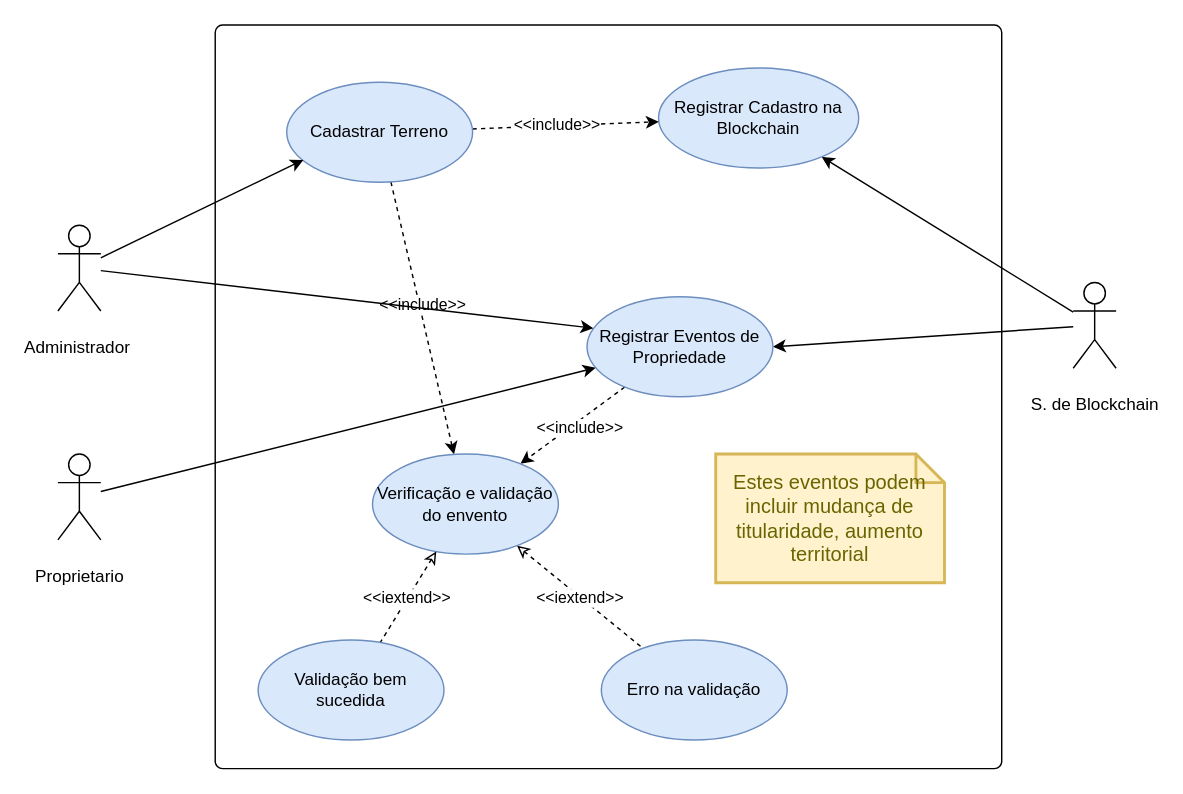
PatentTerrenos/diagrams keeps this draw.io diagram as page "use-case-GestaodeTerrenos" (1 of 3) of use-case-diagram.drawio. Above is the earlier version. Source tidied: cells renumbered, new cells numbered last; positions are measured from the earlier drawing's top-left corner, leaving out a move shared by most shapes. Both pictures are drawn from the tidied source at 143%, with x=0, y=0 at pixel (57, 24).
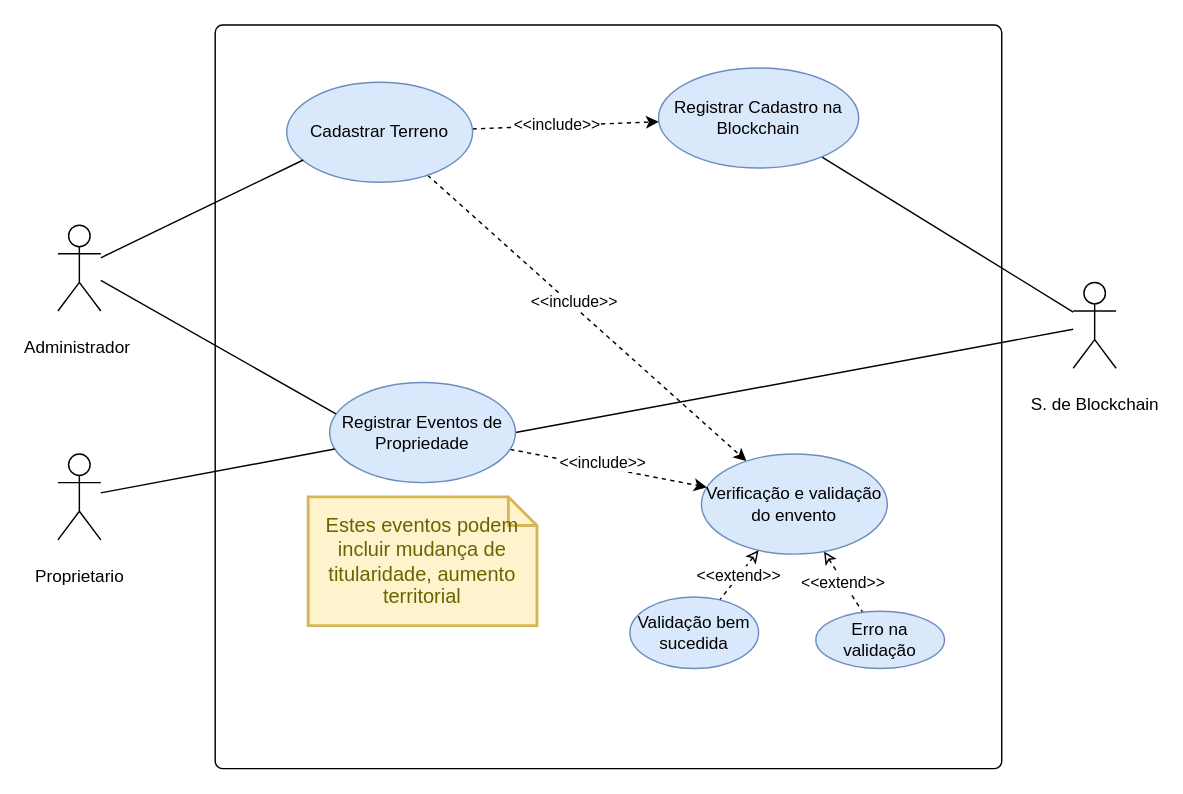
The same diagram, later.

The change refers to these unchanged cells:
```xml
<mxCell id="3" value="&lt;p data-pm-slice=&quot;1 1 [&amp;quot;bulletList&amp;quot;,{&amp;quot;tight&amp;quot;:true,&amp;quot;dir&amp;quot;:&amp;quot;ltr&amp;quot;},&amp;quot;listItem&amp;quot;,{},&amp;quot;bulletList&amp;quot;,{&amp;quot;tight&amp;quot;:true,&amp;quot;dir&amp;quot;:&amp;quot;ltr&amp;quot;},&amp;quot;listItem&amp;quot;,{}]&quot; dir=&quot;ltr&quot;&gt;Administrador&amp;nbsp;&lt;/p&gt;" style="shape=umlActor;verticalLabelPosition=bottom;verticalAlign=top;html=1;outlineConnect=0;" parent="1" vertex="1">
  <mxGeometry y="140" width="30" height="60" as="geometry" />
</mxCell>
<mxCell id="6" value="&lt;p data-pm-slice=&quot;1 1 [&amp;quot;bulletList&amp;quot;,{&amp;quot;tight&amp;quot;:true,&amp;quot;dir&amp;quot;:&amp;quot;ltr&amp;quot;},&amp;quot;listItem&amp;quot;,{},&amp;quot;bulletList&amp;quot;,{&amp;quot;tight&amp;quot;:true,&amp;quot;dir&amp;quot;:&amp;quot;ltr&amp;quot;},&amp;quot;listItem&amp;quot;,{}]&quot; dir=&quot;ltr&quot;&gt;S. de Blockchain&lt;/p&gt;" style="shape=umlActor;verticalLabelPosition=bottom;verticalAlign=top;html=1;outlineConnect=0;" parent="1" vertex="1">
  <mxGeometry x="710" y="180" width="30" height="60" as="geometry" />
</mxCell>
<mxCell id="7" value="&lt;p dir=&quot;ltr&quot;&gt;Registrar Cadastro na Blockchain&lt;/p&gt;" style="ellipse;whiteSpace=wrap;html=1;fillColor=#dae8fc;strokeColor=#6c8ebf;" parent="1" vertex="1">
  <mxGeometry x="420" y="30" width="140" height="70" as="geometry" />
</mxCell>
<mxCell id="12" value="&lt;p dir=&quot;ltr&quot;&gt;Cadastrar Terreno&lt;/p&gt;" style="ellipse;whiteSpace=wrap;html=1;fillColor=#dae8fc;strokeColor=#6c8ebf;" parent="1" vertex="1">
  <mxGeometry x="160" y="40" width="130" height="70" as="geometry" />
</mxCell>
<mxCell id="18" value="&lt;p data-pm-slice=&quot;1 1 [&amp;quot;bulletList&amp;quot;,{&amp;quot;tight&amp;quot;:true,&amp;quot;dir&amp;quot;:&amp;quot;ltr&amp;quot;},&amp;quot;listItem&amp;quot;,{},&amp;quot;bulletList&amp;quot;,{&amp;quot;tight&amp;quot;:true,&amp;quot;dir&amp;quot;:&amp;quot;ltr&amp;quot;},&amp;quot;listItem&amp;quot;,{}]&quot; dir=&quot;ltr&quot;&gt;Proprietario&lt;/p&gt;" style="shape=umlActor;verticalLabelPosition=bottom;verticalAlign=top;html=1;outlineConnect=0;" parent="1" vertex="1">
  <mxGeometry y="300" width="30" height="60" as="geometry" />
</mxCell>
<mxCell id="20" style="rounded=0;jettySize=auto;html=1;startArrow=classic;startFill=0;endArrow=none;dashed=1;" parent="1" edge="1" source="22" target="24">
  <mxGeometry relative="1" as="geometry" />
</mxCell>
<mxCell id="25" style="rounded=0;jettySize=auto;html=1;startArrow=classic;startFill=0;endArrow=none;dashed=1;" parent="1" edge="1" source="22" target="27">
  <mxGeometry relative="1" as="geometry" />
</mxCell>
```

Diff of the diagram source:
```diff
@@
-    <mxCell id="4" style="rounded=0;jettySize=auto;html=1;" parent="1" edge="1" source="6" target="7">
+    <mxCell id="4" style="rounded=0;jettySize=auto;html=1;endArrow=none;startFill=0;" parent="1" edge="1" source="6" target="7">
       <mxGeometry relative="1" as="geometry" />
     </mxCell>
-    <mxCell id="5" style="rounded=0;jettySize=auto;html=1;entryX=1;entryY=0.5;entryDx=0;entryDy=0;" parent="1" edge="1" source="6" target="15">
+    <mxCell id="5" style="rounded=0;jettySize=auto;html=1;entryX=1;entryY=0.5;entryDx=0;entryDy=0;endArrow=none;startFill=0;" parent="1" edge="1" source="6" target="15">
       <mxGeometry relative="1" as="geometry" />
     </mxCell>
@@
     <mxCell id="15" value="&lt;p dir=&quot;ltr&quot;&gt;Registrar Eventos de Propriedade&lt;/p&gt;" style="ellipse;whiteSpace=wrap;html=1;fillColor=#dae8fc;strokeColor=#6c8ebf;" parent="1" vertex="1">
-      <mxGeometry x="370" y="190" width="130" height="70" as="geometry" />
+      <mxGeometry x="190" y="250" width="130" height="70" as="geometry" />
     </mxCell>
-    <mxCell id="16" style="rounded=0;jettySize=auto;html=1;entryX=0.089;entryY=0.777;entryDx=0;entryDy=0;entryPerimeter=0;" parent="1" edge="1" source="3" target="12">
+    <mxCell id="16" style="rounded=0;jettySize=auto;html=1;entryX=0.089;entryY=0.777;entryDx=0;entryDy=0;entryPerimeter=0;endArrow=none;startFill=0;" parent="1" edge="1" source="3" target="12">
       <mxGeometry relative="1" as="geometry" />
     </mxCell>
-    <mxCell id="17" style="rounded=0;jettySize=auto;html=1;" parent="1" edge="1" source="18" target="15">
+    <mxCell id="17" style="rounded=0;jettySize=auto;html=1;endArrow=none;startFill=0;" parent="1" edge="1" source="18" target="15">
       <mxGeometry relative="1" as="geometry" />
     </mxCell>
@@
-    <mxCell id="19" style="rounded=0;jettySize=auto;html=1;entryX=0.034;entryY=0.314;entryDx=0;entryDy=0;entryPerimeter=0;" parent="1" edge="1" source="3" target="15">
+    <mxCell id="19" style="rounded=0;jettySize=auto;html=1;entryX=0.034;entryY=0.314;entryDx=0;entryDy=0;entryPerimeter=0;endArrow=none;startFill=0;" parent="1" edge="1" source="3" target="15">
       <mxGeometry relative="1" as="geometry" />
     </mxCell>
@@
-    <mxCell id="21" value="&amp;lt;&amp;lt;iextend&amp;gt;&amp;gt;" style="edgeLabel;html=1;align=center;verticalAlign=middle;" parent="20" vertex="1">
+    <mxCell id="21" value="&amp;lt;&amp;lt;extend&amp;gt;&amp;gt;" style="edgeLabel;html=1;align=center;verticalAlign=middle;" parent="20" vertex="1">
       <mxGeometry x="0.01" relative="1" as="geometry">
         <mxPoint x="-1" as="offset" />
       </mxGeometry>
     </mxCell>
     <mxCell id="22" value="&lt;p dir=&quot;ltr&quot;&gt;Verificação e validação do envento&lt;/p&gt;" style="ellipse;whiteSpace=wrap;html=1;fillColor=#dae8fc;strokeColor=#6c8ebf;" parent="1" vertex="1">
-      <mxGeometry x="220" y="300" width="130" height="70" as="geometry" />
+      <mxGeometry x="450" y="300" width="130" height="70" as="geometry" />
     </mxCell>
     <mxCell id="23" value="Estes eventos podem incluir mudança de titularidade, aumento territorial" style="shape=note;strokeWidth=2;fontSize=14;size=20;whiteSpace=wrap;html=1;fillColor=#fff2cc;strokeColor=#d6b656;fontColor=#666600;" parent="1" vertex="1">
-      <mxGeometry x="460" y="300" width="160" height="90" as="geometry" />
+      <mxGeometry x="175" y="330" width="160" height="90" as="geometry" />
     </mxCell>
     <mxCell id="24" value="&lt;p dir=&quot;ltr&quot;&gt;Erro na validação&lt;/p&gt;" style="ellipse;whiteSpace=wrap;html=1;fillColor=#dae8fc;strokeColor=#6c8ebf;" parent="1" vertex="1">
-      <mxGeometry x="380" y="430" width="130" height="70" as="geometry" />
+      <mxGeometry x="530" y="410" width="90" height="40" as="geometry" />
     </mxCell>
@@
-    <mxCell id="26" value="&amp;lt;&amp;lt;iextend&amp;gt;&amp;gt;" style="edgeLabel;html=1;align=center;verticalAlign=middle;" parent="25" vertex="1">
+    <mxCell id="26" value="&amp;lt;&amp;lt;extend&amp;gt;&amp;gt;" style="edgeLabel;html=1;align=center;verticalAlign=middle;" parent="25" vertex="1">
       <mxGeometry x="0.01" relative="1" as="geometry">
         <mxPoint x="-1" as="offset" />
       </mxGeometry>
     </mxCell>
     <mxCell id="27" value="&lt;p dir=&quot;ltr&quot;&gt;Validação bem sucedida&lt;/p&gt;" style="ellipse;whiteSpace=wrap;html=1;fillColor=#dae8fc;strokeColor=#6c8ebf;" parent="1" vertex="1">
-      <mxGeometry x="140" y="430" width="130" height="70" as="geometry" />
+      <mxGeometry x="400" y="400" width="90" height="50" as="geometry" />
     </mxCell>
```
